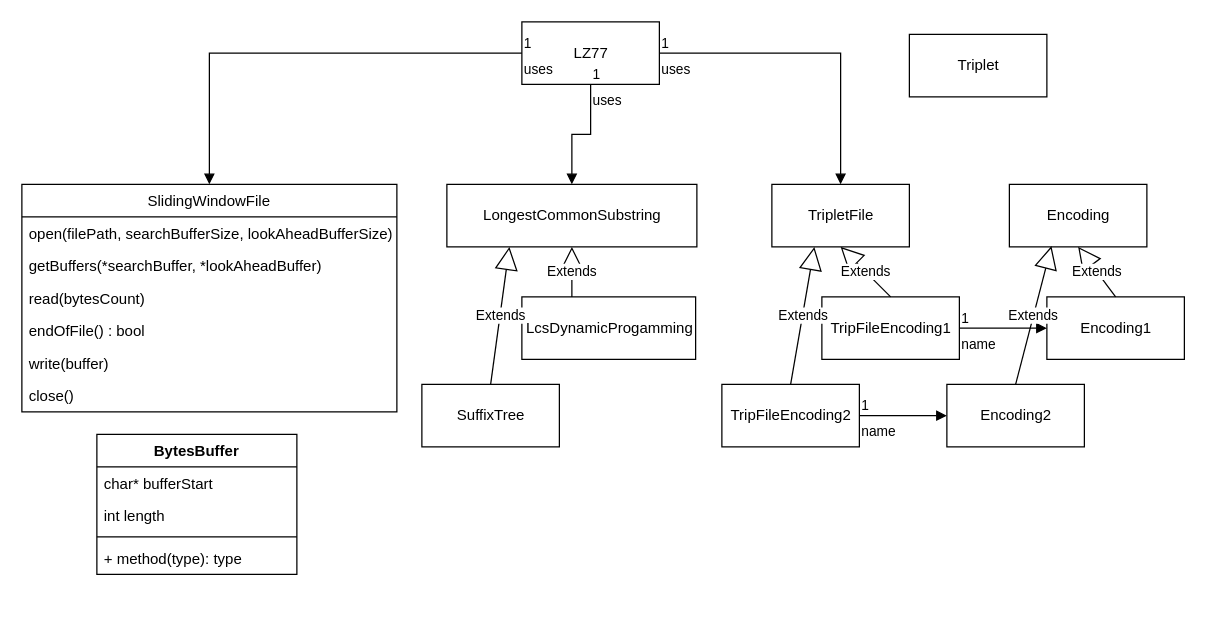
This is LZ77.drawio from spiridon-sagirov/LZ77, a draw.io file, before an edit. Source tidied: cells renumbered, new cells numbered last; positions are measured from the earlier drawing's top-left corner, leaving out a move shared by most shapes. Both pictures are drawn from the tidied source at 125%, with x=0, y=0 at pixel (21, 21).
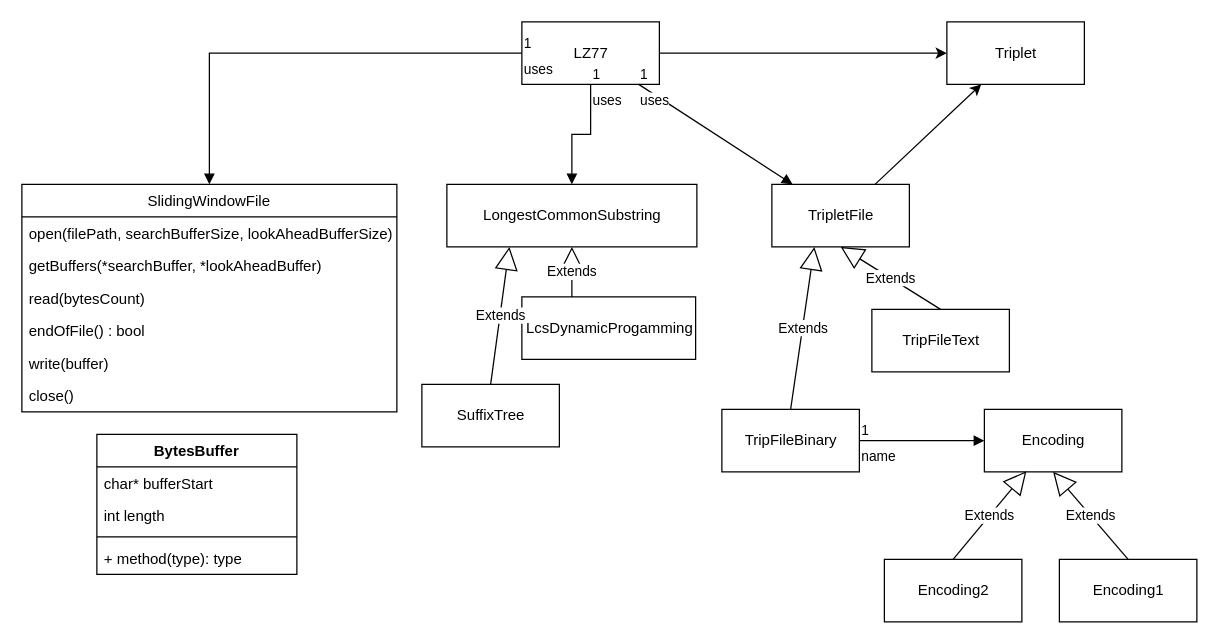
The same diagram, later.

Commit message:
Class Diagram was updated

The change refers to these unchanged cells:
```xml
<mxCell id="2" value="LZ77" style="html=1;" parent="1" vertex="1">
  <mxGeometry x="400" width="110" height="50" as="geometry" />
</mxCell>
<mxCell id="3" value="TripletFile" style="html=1;" parent="1" vertex="1">
  <mxGeometry x="600" y="130" width="110" height="50" as="geometry" />
</mxCell>
```

The edit, as a diff of the source:
```diff
@@
     <mxCell id="5" value="Encoding" style="html=1;" parent="1" vertex="1">
-      <mxGeometry x="790" y="130" width="110" height="50" as="geometry" />
+      <mxGeometry x="770" y="310" width="110" height="50" as="geometry" />
     </mxCell>
-    <mxCell id="6" value="TripFileEncoding1" style="html=1;" parent="1" vertex="1">
-      <mxGeometry x="640" y="220" width="110" height="50" as="geometry" />
+    <mxCell id="6" value="TripFileText" style="html=1;" parent="1" vertex="1">
+      <mxGeometry x="680" y="230" width="110" height="50" as="geometry" />
     </mxCell>
     <mxCell id="7" value="Encoding1" style="html=1;" parent="1" vertex="1">
-      <mxGeometry x="820" y="220" width="110" height="50" as="geometry" />
+      <mxGeometry x="830" y="430" width="110" height="50" as="geometry" />
     </mxCell>
@@
-    <mxCell id="10" value="name" style="endArrow=block;endFill=1;html=1;edgeStyle=orthogonalEdgeStyle;align=left;verticalAlign=top;rounded=0;entryX=0;entryY=0.5;entryDx=0;entryDy=0;exitX=1;exitY=0.5;exitDx=0;exitDy=0;" parent="1" edge="1" source="6" target="7">
-      <mxGeometry x="-1" relative="1" as="geometry" />
-    </mxCell>
-    <mxCell id="11" value="1" style="edgeLabel;html=1;align=left;verticalAlign=bottom;" parent="10" vertex="1">
-      <mxGeometry x="-1" relative="1" as="geometry" />
-    </mxCell>
-    <mxCell id="12" value="TripFileEncoding2" style="html=1;" parent="1" vertex="1">
-      <mxGeometry x="560" y="290" width="110" height="50" as="geometry" />
+    <mxCell id="12" value="TripFileBinary" style="html=1;" parent="1" vertex="1">
+      <mxGeometry x="560" y="310" width="110" height="50" as="geometry" />
     </mxCell>
     <mxCell id="13" value="Encoding2" style="html=1;" parent="1" vertex="1">
-      <mxGeometry x="740" y="290" width="110" height="50" as="geometry" />
+      <mxGeometry x="690" y="430" width="110" height="50" as="geometry" />
     </mxCell>
@@
-    <mxCell id="16" value="name" style="endArrow=block;endFill=1;html=1;edgeStyle=orthogonalEdgeStyle;align=left;verticalAlign=top;rounded=0;entryX=0;entryY=0.5;entryDx=0;entryDy=0;exitX=1;exitY=0.5;exitDx=0;exitDy=0;" parent="1" edge="1" source="12" target="13">
+    <mxCell id="16" value="name" style="endArrow=block;endFill=1;html=1;align=left;verticalAlign=top;rounded=0;entryX=0;entryY=0.5;entryDx=0;entryDy=0;exitX=1;exitY=0.5;exitDx=0;exitDy=0;" parent="1" edge="1" source="12" target="5">
       <mxGeometry x="-1" relative="1" as="geometry" />
     </mxCell>
@@
-    <mxCell id="22" value="uses" style="endArrow=block;endFill=1;html=1;edgeStyle=orthogonalEdgeStyle;align=left;verticalAlign=top;rounded=0;" parent="1" edge="1" source="2" target="3">
+    <mxCell id="22" value="uses" style="endArrow=block;endFill=1;html=1;align=left;verticalAlign=top;rounded=0;" parent="1" edge="1" source="2" target="3">
       <mxGeometry x="-1" relative="1" as="geometry" />
     </mxCell>
@@
     <mxCell id="28" value="Triplet" style="html=1;" parent="1" vertex="1">
-      <mxGeometry x="710" y="10" width="110" height="50" as="geometry" />
+      <mxGeometry x="740" width="110" height="50" as="geometry" />
     </mxCell>
@@
+    <mxCell id="41" style="endArrow=classic;html=1;rounded=0;exitX=1;exitY=0.5;exitDx=0;exitDy=0;entryX=0;entryY=0.5;entryDx=0;entryDy=0;" parent="1" edge="1" source="2" target="28">
+      <mxGeometry relative="1" as="geometry" />
+    </mxCell>
+    <mxCell id="42" style="endArrow=classic;html=1;rounded=0;exitX=0.75;exitY=0;exitDx=0;exitDy=0;entryX=0.25;entryY=1;entryDx=0;entryDy=0;" parent="1" edge="1" source="3" target="28">
+      <mxGeometry relative="1" as="geometry" />
+    </mxCell>
```
